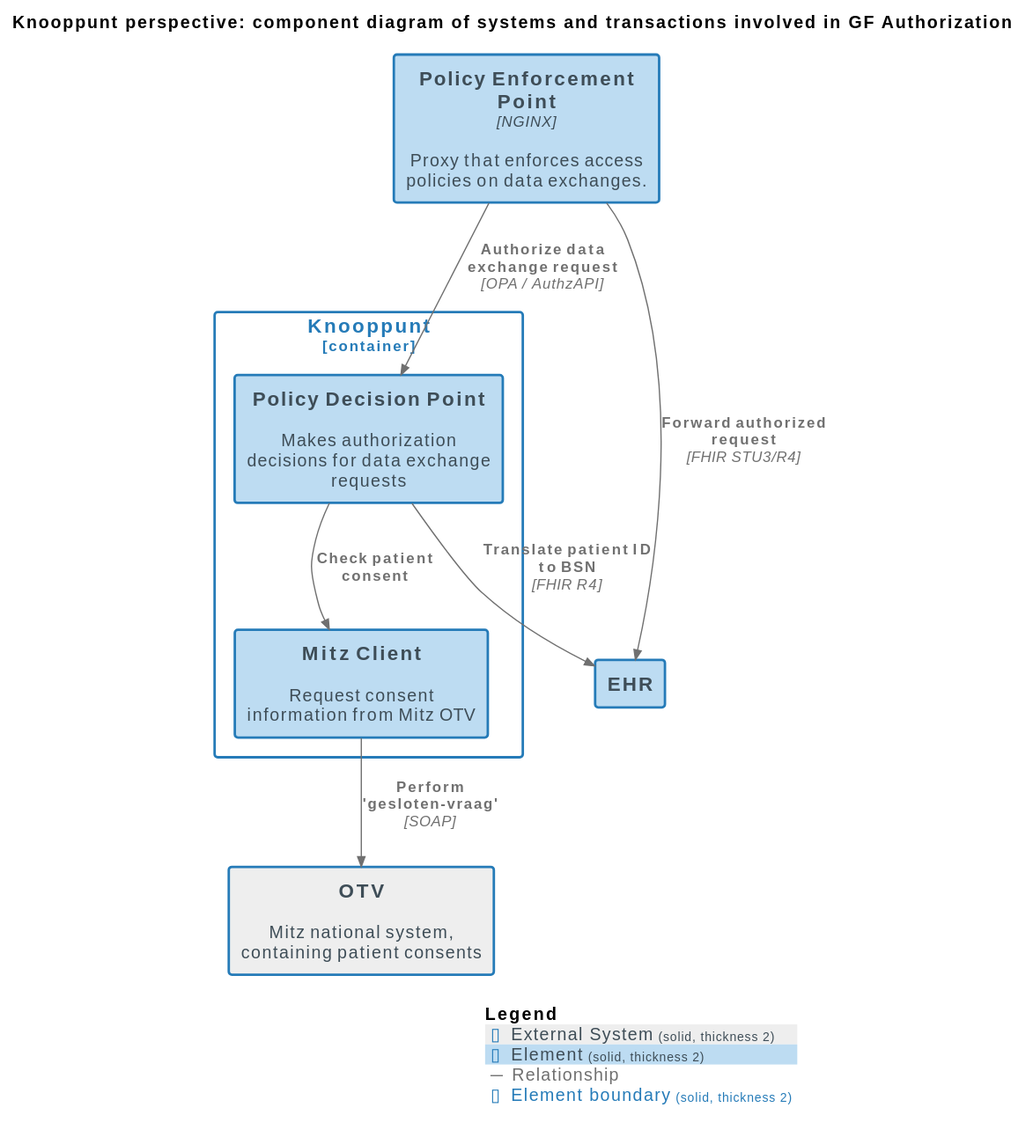
The PlantUML diagram docs/images/structurizr-GF_Authorization_ComponentDiagram.svg in nuts-foundation/nuts-knooppunt, before a commit. Source of this version:
```plantuml
@startuml
set separator none
title Knooppunt perspective: component diagram of systems and transactions involved in GF Authorization

top to bottom direction

!include <C4/C4>
!include <C4/C4_Context>
!include <C4/C4_Container>
!include <C4/C4_Component>

AddElementTag("External System", $bgColor="#eeeeee", $borderColor="#257bb8", $fontColor="#3e4d57", $sprite="", $shadowing="", $borderStyle="solid", $borderThickness="2")
AddElementTag("Element", $bgColor="#bddcf2", $borderColor="#257bb8", $fontColor="#3e4d57", $sprite="", $shadowing="", $borderStyle="solid", $borderThickness="2")

AddRelTag("Relationship", $textColor="#707070", $lineColor="#707070", $lineStyle = "")

AddBoundaryTag("Element", $bgColor="#ffffff", $borderColor="#257bb8", $fontColor="#257bb8", $shadowing="", $borderStyle="solid", $borderThickness="2")

System(OTV, "OTV", $descr="Mitz national system, containing patient consents", $tags="External System", $link="")
Container(XIS.EHR, "EHR", $techn="", $descr="", $tags="Element", $link="")
Container(XIS.PolicyEnforcementPoint, "Policy Enforcement Point", $techn="NGINX", $descr="Proxy that enforces access policies on data exchanges.", $tags="Element", $link="")

Container_Boundary("XIS.Knooppunt_boundary", "Knooppunt", $tags="Element") {
  Component(XIS.Knooppunt.MitzClient, "Mitz Client", $techn="", $descr="Request consent information from Mitz OTV", $tags="Element", $link="")
  Component(XIS.Knooppunt.PolicyDecisionPoint, "Policy Decision Point", $techn="", $descr="Makes authorization decisions for data exchange requests", $tags="Element", $link="")
}

Rel(XIS.Knooppunt.MitzClient, OTV, "Perform 'gesloten-vraag'", $techn="SOAP", $tags="Relationship", $link="")
Rel(XIS.Knooppunt.PolicyDecisionPoint, XIS.EHR, "Translate patient ID to BSN", $techn="FHIR R4", $tags="Relationship", $link="")
Rel(XIS.PolicyEnforcementPoint, XIS.Knooppunt.PolicyDecisionPoint, "Authorize data exchange request", $techn="OPA / AuthzAPI", $tags="Relationship", $link="")
Rel(XIS.Knooppunt.PolicyDecisionPoint, XIS.Knooppunt.MitzClient, "Check patient consent", $techn="", $tags="Relationship", $link="")
Rel(XIS.PolicyEnforcementPoint, XIS.EHR, "Forward authorized request", $techn="FHIR STU3/R4", $tags="Relationship", $link="")

SHOW_LEGEND(true)
@enduml
```
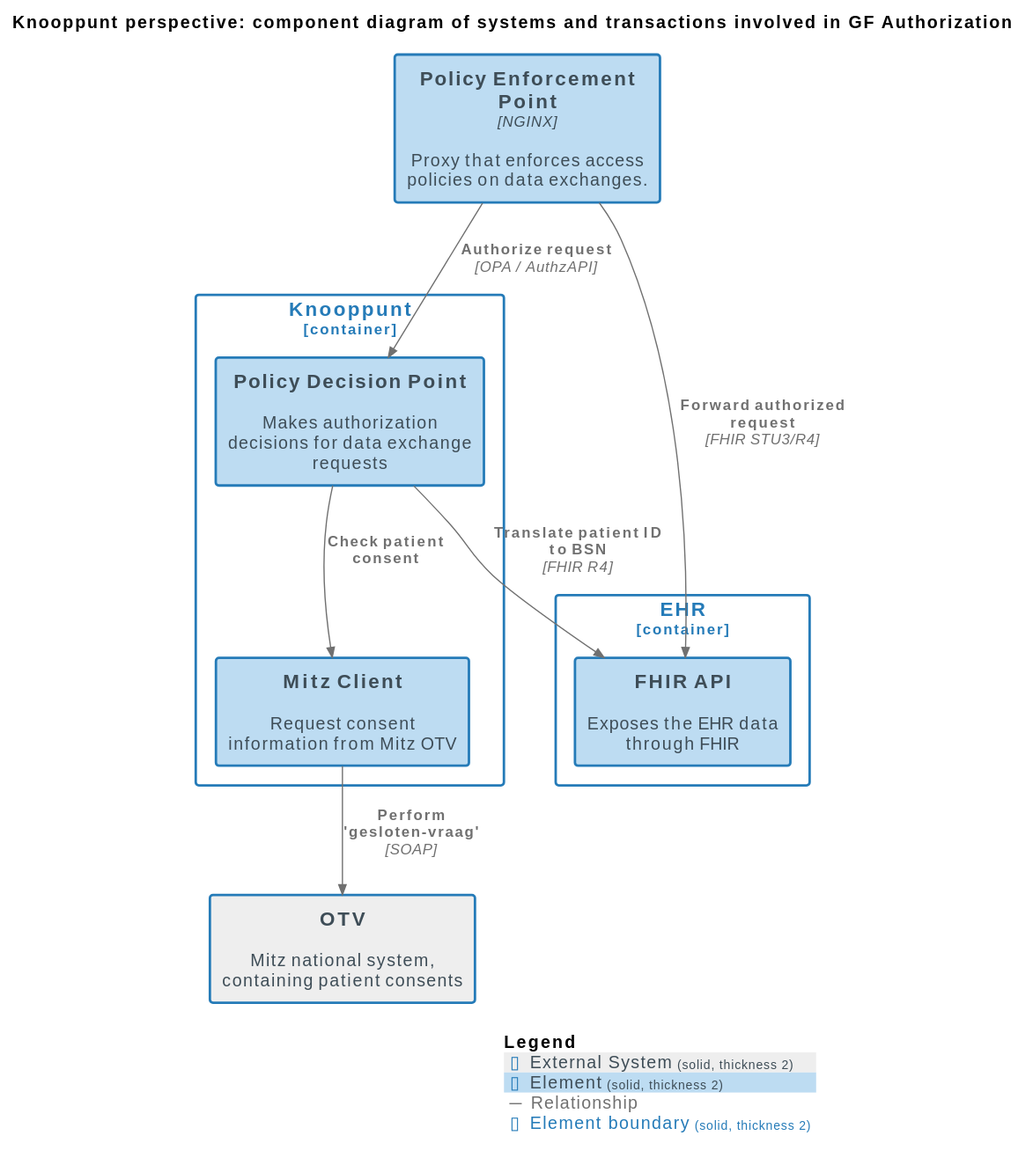
The same diagram one commit later.

What changed in the source:
```diff
@@ -17,8 +17,11 @@
 AddBoundaryTag("Element", $bgColor="#ffffff", $borderColor="#257bb8", $fontColor="#257bb8", $shadowing="", $borderStyle="solid", $borderThickness="2")
 
 System(OTV, "OTV", $descr="Mitz national system, containing patient consents", $tags="External System", $link="")
-Container(XIS.EHR, "EHR", $techn="", $descr="", $tags="Element", $link="")
 Container(XIS.PolicyEnforcementPoint, "Policy Enforcement Point", $techn="NGINX", $descr="Proxy that enforces access policies on data exchanges.", $tags="Element", $link="")
+
+Container_Boundary("XIS.EHR_boundary", "EHR", $tags="Element") {
+  Component(XIS.EHR.FHIRAPI, "FHIR API", $techn="", $descr="Exposes the EHR data through FHIR", $tags="Element", $link="")
+}
 
 Container_Boundary("XIS.Knooppunt_boundary", "Knooppunt", $tags="Element") {
   Component(XIS.Knooppunt.MitzClient, "Mitz Client", $techn="", $descr="Request consent information from Mitz OTV", $tags="Element", $link="")
@@ -26,10 +29,10 @@
 }
 
 Rel(XIS.Knooppunt.MitzClient, OTV, "Perform 'gesloten-vraag'", $techn="SOAP", $tags="Relationship", $link="")
-Rel(XIS.Knooppunt.PolicyDecisionPoint, XIS.EHR, "Translate patient ID to BSN", $techn="FHIR R4", $tags="Relationship", $link="")
-Rel(XIS.PolicyEnforcementPoint, XIS.Knooppunt.PolicyDecisionPoint, "Authorize data exchange request", $techn="OPA / AuthzAPI", $tags="Relationship", $link="")
+Rel(XIS.Knooppunt.PolicyDecisionPoint, XIS.EHR.FHIRAPI, "Translate patient ID to BSN", $techn="FHIR R4", $tags="Relationship", $link="")
+Rel(XIS.PolicyEnforcementPoint, XIS.Knooppunt.PolicyDecisionPoint, "Authorize request", $techn="OPA / AuthzAPI", $tags="Relationship", $link="")
 Rel(XIS.Knooppunt.PolicyDecisionPoint, XIS.Knooppunt.MitzClient, "Check patient consent", $techn="", $tags="Relationship", $link="")
-Rel(XIS.PolicyEnforcementPoint, XIS.EHR, "Forward authorized request", $techn="FHIR STU3/R4", $tags="Relationship", $link="")
+Rel(XIS.PolicyEnforcementPoint, XIS.EHR.FHIRAPI, "Forward authorized request", $techn="FHIR STU3/R4", $tags="Relationship", $link="")
 
 SHOW_LEGEND(true)
 @enduml
```
